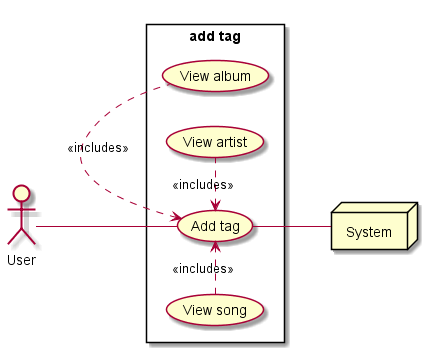
Earlier version of the PlantUML export Documentation/swad/out/use_cases/add_tag/uc_add_tag.png (Mashnak/DCAppProject). The source it was exported from:
```plantuml
@startuml uc_add_tag

actor User

left to right direction

rectangle "add tag"{
  usecase "Add tag" as add_tag

  usecase "View song" as song
  usecase "View album" as album
  usecase "View artist" as artist

  add_tag <.left. song: <<includes>>
  add_tag <.right. album: <<includes>>
  add_tag <. artist: <<includes>>
}
User -down- add_tag

node System
add_tag -down- System

@enduml
```
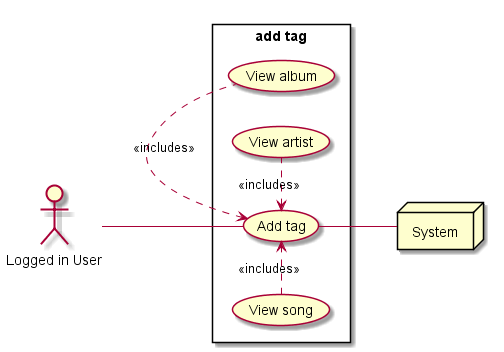
After the change.

The edit, as a diff of the source:
```diff
@@ -1,6 +1,6 @@
 @startuml uc_add_tag
 
-actor User
+actor "Logged in User" as User
 
 left to right direction
 
```
